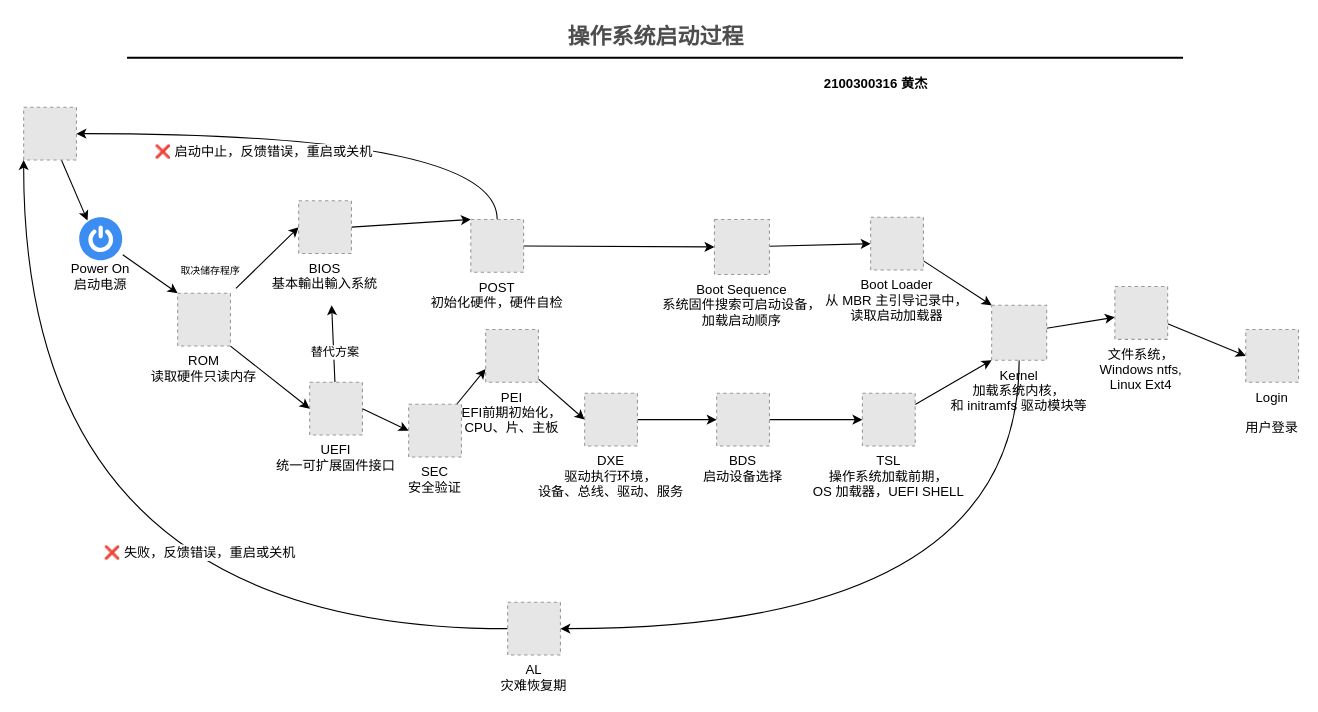
Earlier version of the draw.io diagram map/boot.drawio (msqtt/Sources). Source tidied: cells renumbered, new cells numbered last; positions are measured from the earlier drawing's top-left corner, leaving out a move shared by most shapes. Both pictures are drawn from the tidied source at 110%, with x=0, y=0 at pixel (23, 19). Pictures stored in the file or linked from it are replaced by grey dashed boxes.
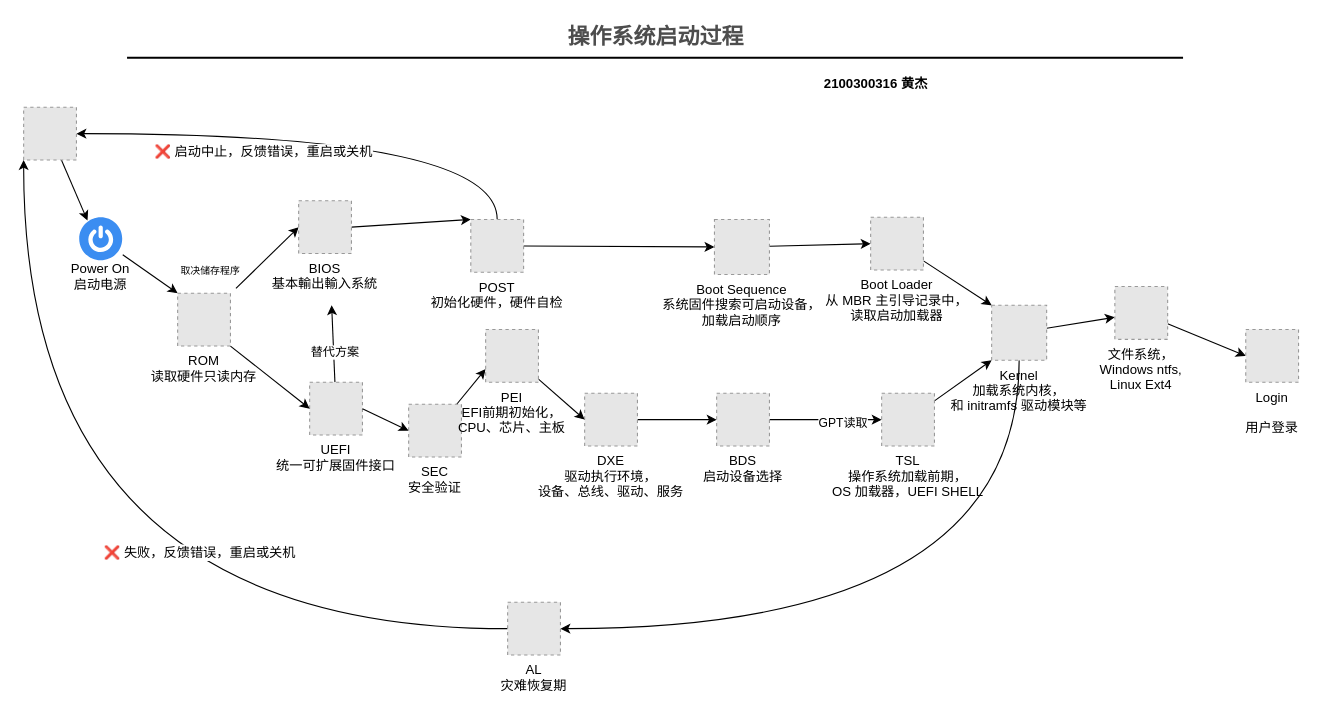
The same diagram, later.

The change refers to these unchanged cells:
```xml
<mxCell id="34" style="edgeStyle=none;rounded=0;jettySize=auto;html=1;entryX=0;entryY=0.5;entryDx=0;entryDy=0;fontSize=12;" parent="1" edge="1" source="35" target="37">
  <mxGeometry relative="1" as="geometry" />
</mxCell>
```

What changed in the source:
```diff
@@
-    <mxCell id="33" value="PEI&#10;EFI前期初始化，&#10;CPU、片、主板&#10;" style="fillColor=#E6E6E6;strokeColor=#999999;dashed=1;verticalLabelPosition=bottom;verticalAlign=top;fontSize=12;" parent="1" vertex="1">
+    <mxCell id="33" value="PEI&#10;EFI前期初始化，&#10;CPU、芯片、主板&#10;" style="fillColor=#E6E6E6;strokeColor=#999999;dashed=1;verticalLabelPosition=bottom;verticalAlign=top;fontSize=12;" parent="1" vertex="1">
       <mxGeometry x="420" y="282" width="48" height="48" as="geometry" />
     </mxCell>
@@
+    <mxCell id="48" value="GPT读取" style="edgeLabel;html=1;align=center;verticalAlign=middle;" parent="34" vertex="1">
+      <mxGeometry x="0.28" y="-2" relative="1" as="geometry">
+        <mxPoint x="1" as="offset" />
+      </mxGeometry>
+    </mxCell>
@@
     <mxCell id="37" value="TSL&#10;操作系统加载前期，&#10;OS 加载器，UEFI SHELL&#10;" style="fillColor=#E6E6E6;strokeColor=#999999;dashed=1;verticalLabelPosition=bottom;verticalAlign=top;fontSize=12;" parent="1" vertex="1">
-      <mxGeometry x="762.5" y="340" width="48" height="48" as="geometry" />
+      <mxGeometry x="780" y="340" width="48" height="48" as="geometry" />
     </mxCell>
```
